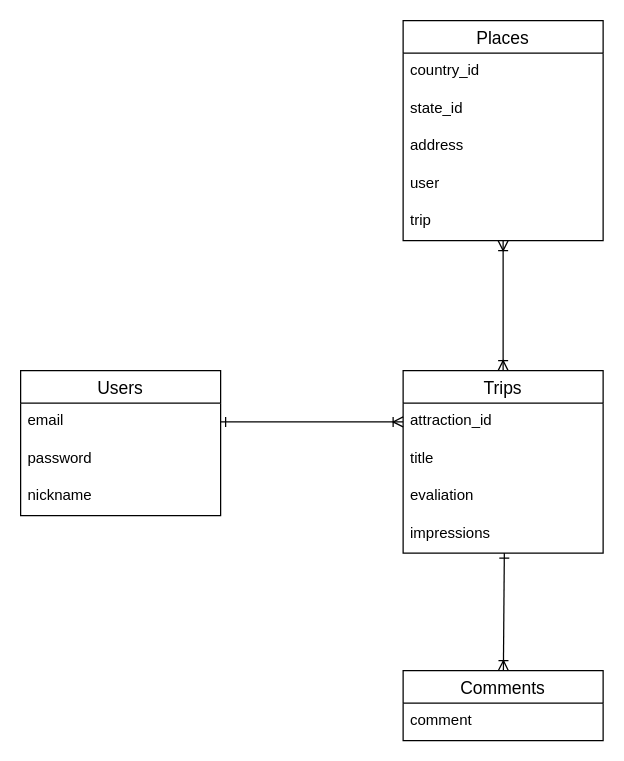
Earlier version of the draw.io diagram sightseeing.dio (Nkmryy/sightseeing-app). Source tidied: cells renumbered, new cells numbered last; positions are measured from the earlier drawing's top-left corner, leaving out a move shared by most shapes. Both pictures are drawn from the tidied source at 125%, with x=0, y=0 at pixel (20, 20).
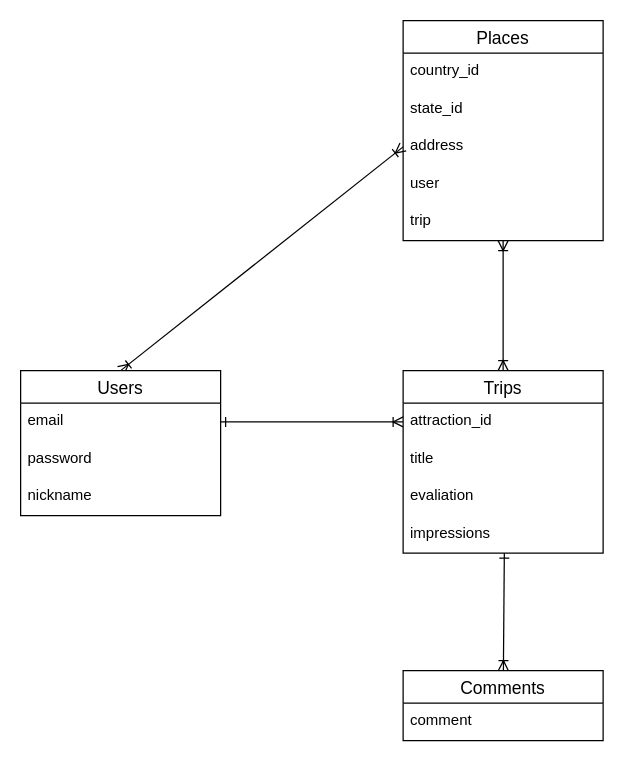
Above is the later version.

Unchanged cells that the change refers to:
```xml
<mxCell id="2" value="Users" style="swimlane;fontStyle=0;horizontal=1;startSize=26;align=center;fontSize=14;" parent="1" vertex="1">
  <mxGeometry y="280" width="160" height="116" as="geometry" />
</mxCell>
<mxCell id="10" value="address" style="text;strokeColor=none;fillColor=none;spacingLeft=4;spacingRight=4;overflow=hidden;points=[[0,0.5],[1,0.5]];portConstraint=eastwest;fontSize=12;" parent="7" vertex="1">
  <mxGeometry y="86" width="160" height="30" as="geometry" />
</mxCell>
```

Diff of the diagram source:
```diff
@@
+    <mxCell id="22" style="edgeStyle=none;rounded=0;jettySize=auto;html=1;exitX=0.5;exitY=0;exitDx=0;exitDy=0;entryX=0;entryY=0.5;entryDx=0;entryDy=0;startArrow=ERoneToMany;startFill=0;endArrow=ERoneToMany;endFill=0;" parent="1" edge="1" source="2" target="10">
+      <mxGeometry relative="1" as="geometry" />
+    </mxCell>
```
